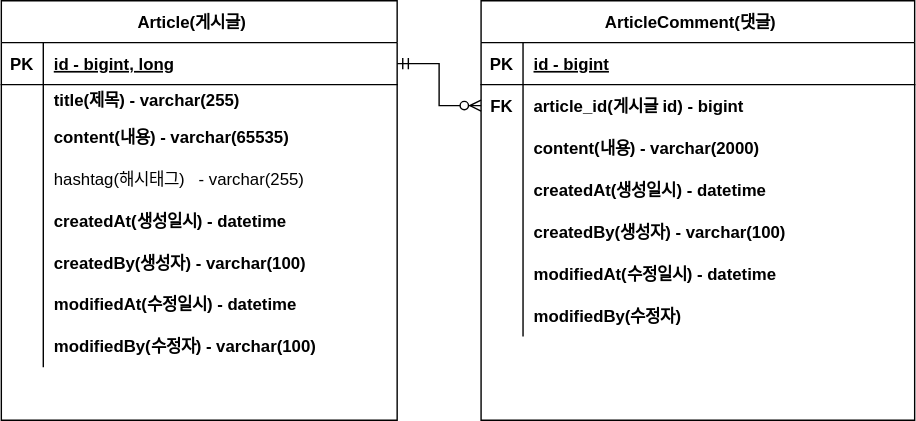
The draw.io diagram document/project-board-erd.drawio.svg in zmfpdl64/fastcampus-project-board, before a commit. Source tidied: cells renumbered, new cells last; positions are measured from the earlier drawing's top-left corner, leaving out a move shared by most shapes.
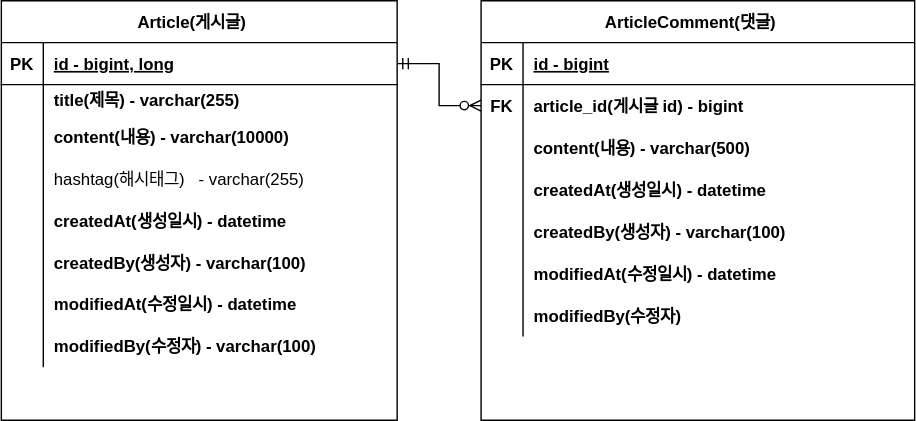
After the change.

Commit message:
#12 - erd 업데이트: content 사이즈 변경.svg

Diff of the diagram source:
```diff
@@ -29,7 +29,7 @@
     <mxCell id="10" style="shape=partialRectangle;fillColor=none;top=0;left=0;bottom=0;right=0;overflow=hidden;" parent="9" vertex="1">
       <mxGeometry width="30" height="30" as="geometry" />
     </mxCell>
-    <mxCell id="11" value="content(내용) - varchar(65535)" style="shape=partialRectangle;fillColor=none;top=0;left=0;bottom=0;right=0;align=left;spacingLeft=6;overflow=hidden;fontStyle=1;" parent="9" vertex="1">
+    <mxCell id="11" value="content(내용) - varchar(10000)" style="shape=partialRectangle;fillColor=none;top=0;left=0;bottom=0;right=0;align=left;spacingLeft=6;overflow=hidden;fontStyle=1;" parent="9" vertex="1">
       <mxGeometry x="30" width="253" height="30" as="geometry" />
     </mxCell>
     <mxCell id="12" style="shape=tableRow;horizontal=0;startSize=0;swimlaneHead=0;swimlaneBody=0;fillColor=none;top=0;left=0;right=0;bottom=0;" parent="2" vertex="1">
@@ -104,7 +104,7 @@
     <mxCell id="35" style="shape=partialRectangle;fillColor=none;top=0;left=0;bottom=0;right=0;overflow=hidden;" parent="34" vertex="1">
       <mxGeometry width="30" height="30" as="geometry" />
     </mxCell>
-    <mxCell id="36" value="content(내용) - varchar(2000)" style="shape=partialRectangle;fillColor=none;top=0;left=0;bottom=0;right=0;align=left;spacingLeft=6;overflow=hidden;fontStyle=1;" parent="34" vertex="1">
+    <mxCell id="36" value="content(내용) - varchar(500)" style="shape=partialRectangle;fillColor=none;top=0;left=0;bottom=0;right=0;align=left;spacingLeft=6;overflow=hidden;fontStyle=1;" parent="34" vertex="1">
       <mxGeometry x="30" width="280" height="30" as="geometry" />
     </mxCell>
     <mxCell id="37" style="shape=tableRow;horizontal=0;startSize=0;swimlaneHead=0;swimlaneBody=0;fillColor=none;top=0;left=0;right=0;bottom=0;" parent="27" vertex="1">
```
